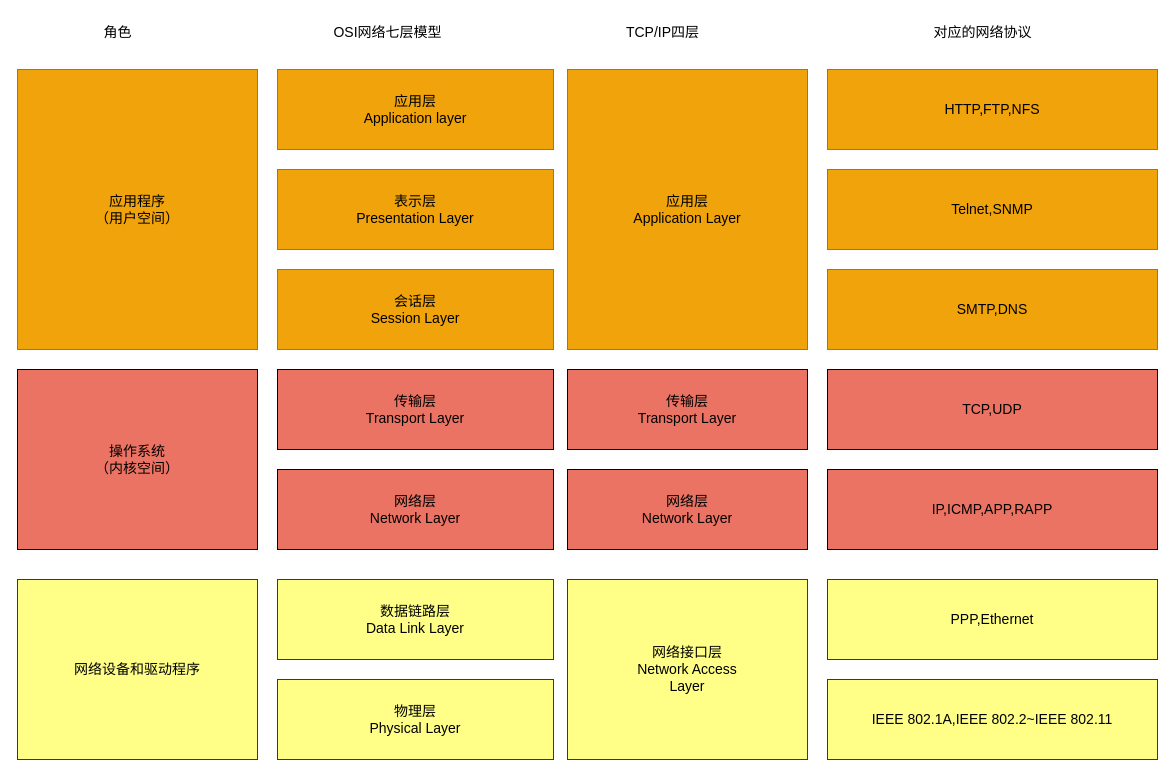
This is 网络分层模型和主要协议.drawio from ChengziMao/diagrams, a draw.io file, before an edit. Source tidied: cells renumbered, new cells numbered last; positions are measured from the earlier drawing's top-left corner, leaving out a move shared by most shapes. Both pictures are drawn from the tidied source at 100%, with x=0, y=0 at pixel (17, 17).
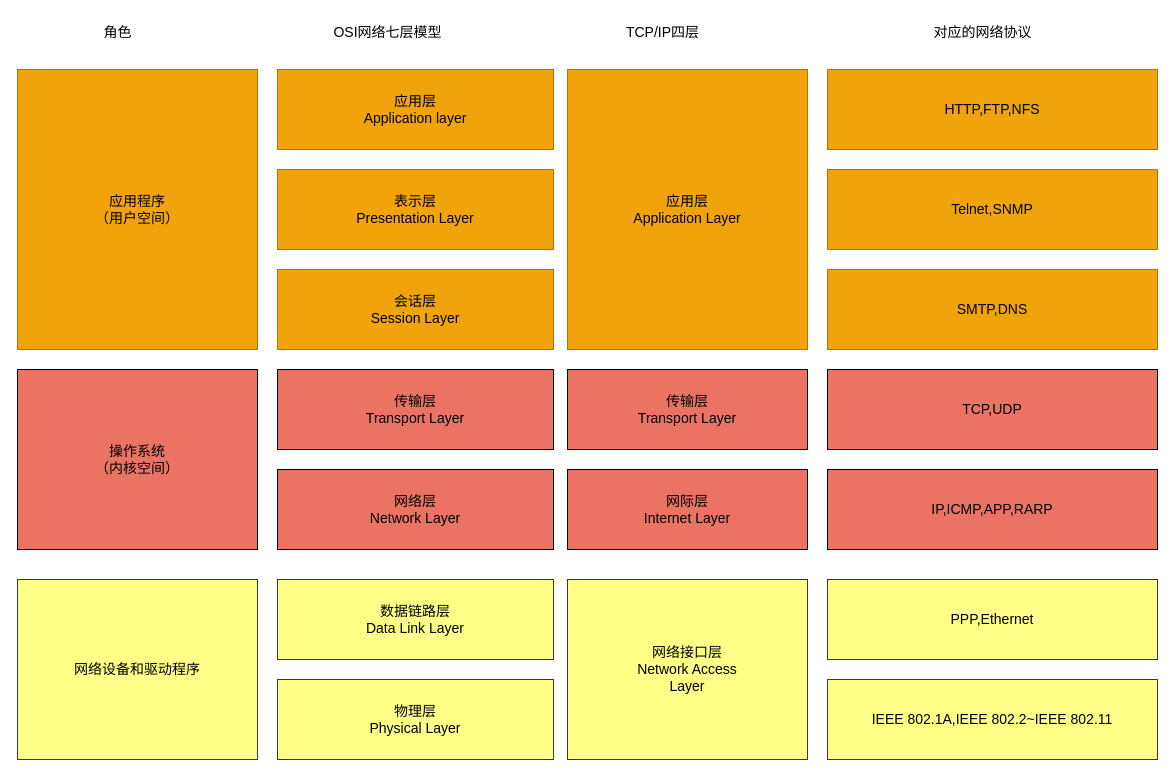
The same page after the edit.

Commit message:
更新网络分层模型和主要协议.drawio

The edit, as a diff of the source:
```diff
@@
-    <mxCell id="14" value="&lt;font style=&quot;vertical-align: inherit;&quot; class=&quot;notranslate fyzs-translate-target fyzs-translate-target-wrapper&quot;&gt;网络层&lt;/font&gt;&lt;div&gt;&lt;font style=&quot;vertical-align: inherit;&quot; class=&quot;notranslate fyzs-translate-target fyzs-translate-target-wrapper&quot;&gt;Network Layer&lt;/font&gt;&lt;/div&gt;" style="rounded=0;whiteSpace=wrap;html=1;fontSize=14;fillColor=light-dark(#eb7363, #ededed);" parent="1" vertex="1">
+    <mxCell id="14" value="&lt;font style=&quot;vertical-align: inherit;&quot; class=&quot;notranslate fyzs-translate-target fyzs-translate-target-wrapper&quot;&gt;&lt;font style=&quot;vertical-align: inherit;&quot; class=&quot;notranslate fyzs-translate-target fyzs-translate-target-box&quot;&gt;&lt;font style=&quot;vertical-align: inherit;&quot; title=&quot;w&quot; class=&quot;notranslate fyzs-translate-target fyzs-translate-target-text&quot;&gt;网际层&lt;/font&gt;&lt;/font&gt;&lt;/font&gt;&lt;div&gt;&lt;font style=&quot;vertical-align: inherit;&quot; class=&quot;notranslate fyzs-translate-target fyzs-translate-target-wrapper&quot;&gt;&lt;font style=&quot;vertical-align: inherit;&quot; class=&quot;notranslate fyzs-translate-target fyzs-translate-target-box&quot;&gt;&lt;font style=&quot;vertical-align: inherit;&quot; title=&quot;w&quot; class=&quot;notranslate fyzs-translate-target fyzs-translate-target-text&quot;&gt;Internet Layer&lt;/font&gt;&lt;/font&gt;&lt;/font&gt;&lt;/div&gt;" style="rounded=0;whiteSpace=wrap;html=1;fontSize=14;fillColor=light-dark(#eb7363, #ededed);" parent="1" vertex="1">
       <mxGeometry x="550" y="452" width="240" height="80" as="geometry" />
     </mxCell>
@@
-    <mxCell id="16" value="&lt;font style=&quot;vertical-align: inherit;&quot; class=&quot;notranslate fyzs-translate-target fyzs-translate-target-wrapper&quot;&gt;&lt;font style=&quot;vertical-align: inherit;&quot; class=&quot;notranslate fyzs-translate-target fyzs-translate-target-box&quot;&gt;&lt;font style=&quot;vertical-align: inherit;&quot; title=&quot;I&quot; class=&quot;notranslate fyzs-translate-target fyzs-translate-target-text&quot;&gt;IP,ICMP,APP,RAPP&lt;/font&gt;&lt;/font&gt;&lt;/font&gt;" style="rounded=0;whiteSpace=wrap;html=1;fontSize=14;fillColor=light-dark(#eb7363, #ededed);" parent="1" vertex="1">
+    <mxCell id="16" value="&lt;font style=&quot;vertical-align: inherit;&quot; class=&quot;notranslate fyzs-translate-target fyzs-translate-target-wrapper&quot;&gt;&lt;font style=&quot;vertical-align: inherit;&quot; class=&quot;notranslate fyzs-translate-target fyzs-translate-target-box&quot;&gt;&lt;font style=&quot;vertical-align: inherit;&quot; title=&quot;I&quot; class=&quot;notranslate fyzs-translate-target fyzs-translate-target-text&quot;&gt;IP,ICMP,APP,RARP&lt;/font&gt;&lt;/font&gt;&lt;/font&gt;" style="rounded=0;whiteSpace=wrap;html=1;fontSize=14;fillColor=light-dark(#eb7363, #ededed);" parent="1" vertex="1">
       <mxGeometry x="810" y="452" width="330" height="80" as="geometry" />
     </mxCell>
```
